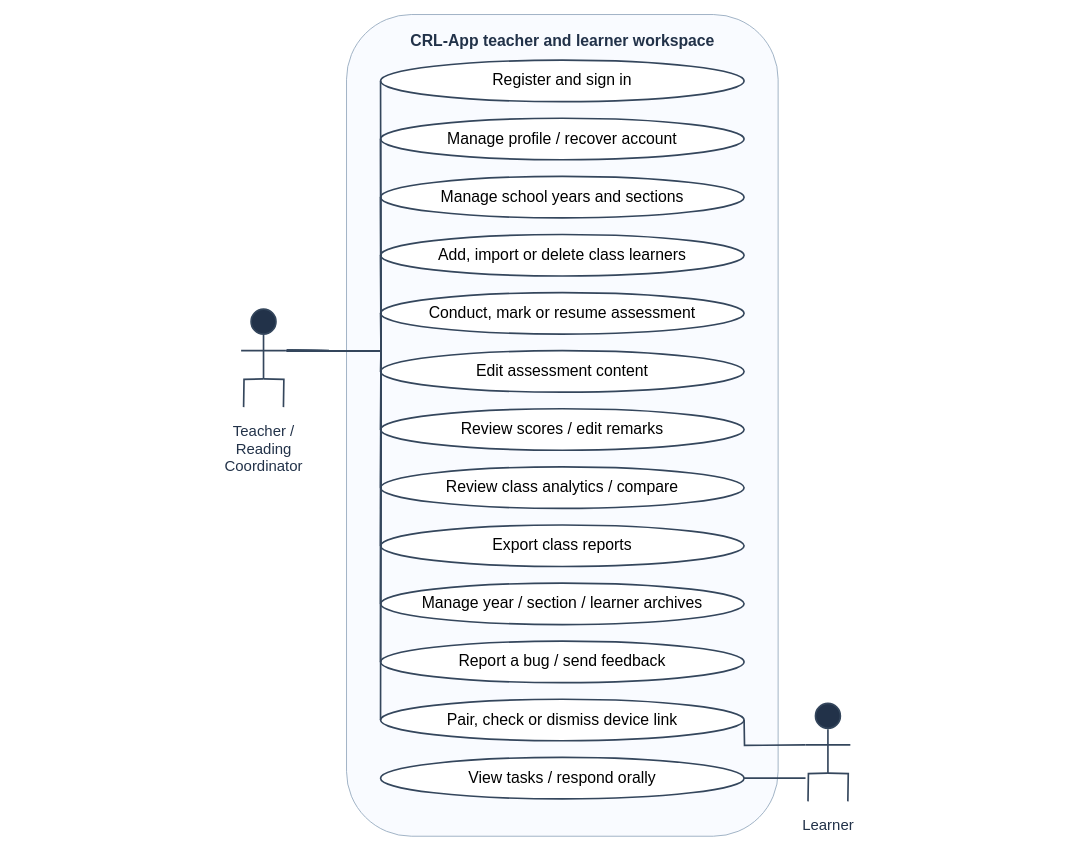
AkuSayangKamuJudaSayang/crl-app keeps this draw.io diagram as docs/diagrams/class-workspaces/figure-06-use-cases.drawio. Above is the earlier version. Source tidied: cells renumbered, new cells numbered last; positions are measured from the earlier drawing's top-left corner, leaving out a move shared by most shapes. Both pictures are drawn from the tidied source at 83%, with x=0, y=0 at pixel (14, 14).
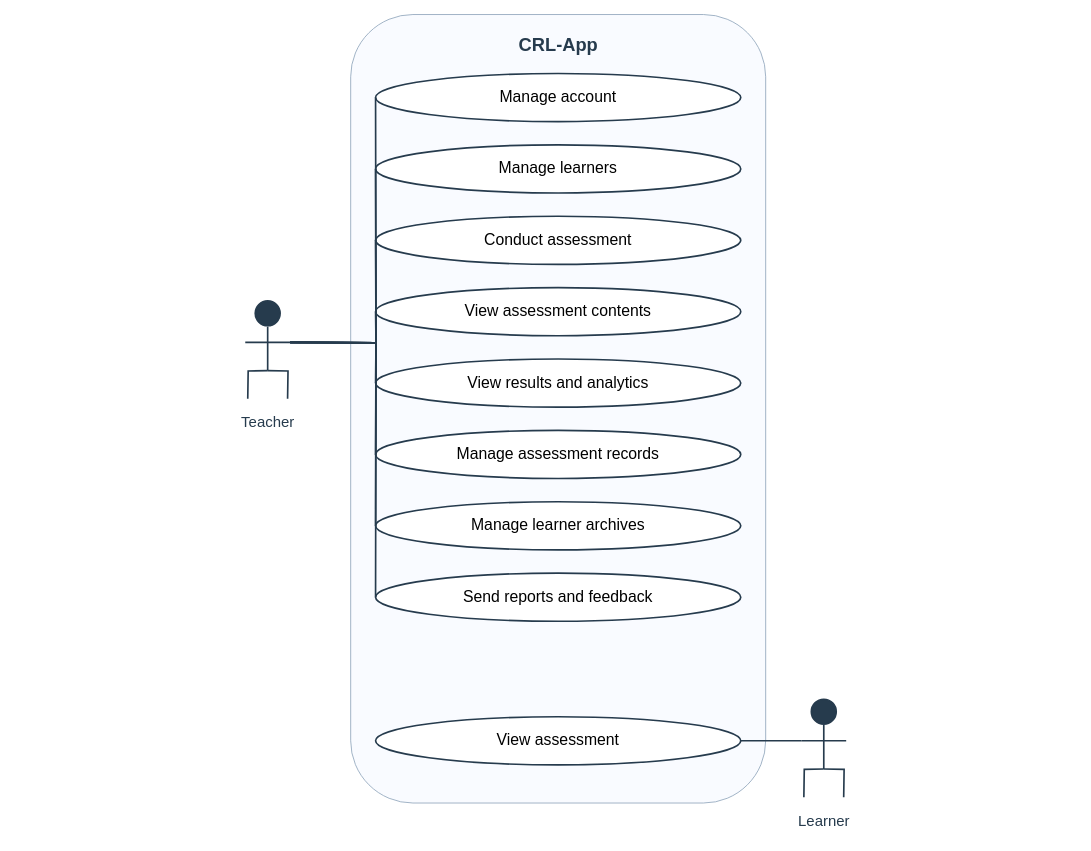
The same diagram, later.

What changed in the source:
```diff
@@
     <mxCell id="2" style="rounded=1;fillColor=#f9fbff;strokeColor=#8fa5bb;" parent="1" vertex="1">
-      <mxGeometry x="400" width="520" height="990" as="geometry" />
+      <mxGeometry x="405" width="500" height="950" as="geometry" />
     </mxCell>
-    <mxCell id="3" value="CRL-App teacher and learner workspace" style="text;html=1;align=center;verticalAlign=top;fontSize=19;fontColor=#223249;fontStyle=1;strokeColor=none;fillColor=none;" parent="1" vertex="1">
-      <mxGeometry x="360" y="15" width="600" height="22.8" as="geometry" />
+    <mxCell id="3" value="CRL-App" style="text;html=1;align=center;verticalAlign=top;fontSize=22;fontColor=#263b4d;fontStyle=1;strokeColor=none;fillColor=none;" parent="1" vertex="1">
+      <mxGeometry x="355" y="18" width="600" height="26.4" as="geometry" />
     </mxCell>
-    <mxCell id="4" value="Register and sign in" style="rounded=1;whiteSpace=wrap;html=1;fillColor=#ffffff;strokeColor=#34465c;strokeWidth=2;fontSize=19;shape=ellipse;" parent="1" vertex="1">
-      <mxGeometry x="441" y="55" width="438" height="50" as="geometry" />
+    <mxCell id="4" value="Manage account" style="rounded=1;whiteSpace=wrap;html=1;fillColor=#ffffff;strokeColor=#263b4d;strokeWidth=2;fontSize=19;shape=ellipse;" parent="1" vertex="1">
+      <mxGeometry x="435" y="71" width="440" height="58" as="geometry" />
     </mxCell>
-    <mxCell id="5" value="Manage profile / recover account" style="rounded=1;whiteSpace=wrap;html=1;fillColor=#ffffff;strokeColor=#34465c;strokeWidth=2;fontSize=19;shape=ellipse;" parent="1" vertex="1">
-      <mxGeometry x="441" y="125" width="438" height="50" as="geometry" />
+    <mxCell id="5" value="Manage learners" style="rounded=1;whiteSpace=wrap;html=1;fillColor=#ffffff;strokeColor=#263b4d;strokeWidth=2;fontSize=19;shape=ellipse;" parent="1" vertex="1">
+      <mxGeometry x="435" y="157" width="440" height="58" as="geometry" />
     </mxCell>
-    <mxCell id="6" value="Manage school years and sections" style="rounded=1;whiteSpace=wrap;html=1;fillColor=#ffffff;strokeColor=#34465c;strokeWidth=2;fontSize=19;shape=ellipse;" parent="1" vertex="1">
-      <mxGeometry x="441" y="195" width="438" height="50" as="geometry" />
+    <mxCell id="6" value="Conduct assessment" style="rounded=1;whiteSpace=wrap;html=1;fillColor=#ffffff;strokeColor=#263b4d;strokeWidth=2;fontSize=19;shape=ellipse;" parent="1" vertex="1">
+      <mxGeometry x="435" y="243" width="440" height="58" as="geometry" />
     </mxCell>
-    <mxCell id="7" value="Add, import or delete class learners" style="rounded=1;whiteSpace=wrap;html=1;fillColor=#ffffff;strokeColor=#34465c;strokeWidth=2;fontSize=19;shape=ellipse;" parent="1" vertex="1">
-      <mxGeometry x="441" y="265" width="438" height="50" as="geometry" />
+    <mxCell id="7" value="View assessment contents" style="rounded=1;whiteSpace=wrap;html=1;fillColor=#ffffff;strokeColor=#263b4d;strokeWidth=2;fontSize=19;shape=ellipse;" parent="1" vertex="1">
+      <mxGeometry x="435" y="329" width="440" height="58" as="geometry" />
     </mxCell>
-    <mxCell id="8" value="Conduct, mark or resume assessment" style="rounded=1;whiteSpace=wrap;html=1;fillColor=#ffffff;strokeColor=#34465c;strokeWidth=2;fontSize=19;shape=ellipse;" parent="1" vertex="1">
-      <mxGeometry x="441" y="335" width="438" height="50" as="geometry" />
+    <mxCell id="8" value="View results and analytics" style="rounded=1;whiteSpace=wrap;html=1;fillColor=#ffffff;strokeColor=#263b4d;strokeWidth=2;fontSize=19;shape=ellipse;" parent="1" vertex="1">
+      <mxGeometry x="435" y="415" width="440" height="58" as="geometry" />
     </mxCell>
-    <mxCell id="9" value="Edit assessment content" style="rounded=1;whiteSpace=wrap;html=1;fillColor=#ffffff;strokeColor=#34465c;strokeWidth=2;fontSize=19;shape=ellipse;" parent="1" vertex="1">
-      <mxGeometry x="441" y="405" width="438" height="50" as="geometry" />
+    <mxCell id="9" value="Manage assessment records" style="rounded=1;whiteSpace=wrap;html=1;fillColor=#ffffff;strokeColor=#263b4d;strokeWidth=2;fontSize=19;shape=ellipse;" parent="1" vertex="1">
+      <mxGeometry x="435" y="501" width="440" height="58" as="geometry" />
     </mxCell>
-    <mxCell id="10" value="Review scores / edit remarks" style="rounded=1;whiteSpace=wrap;html=1;fillColor=#ffffff;strokeColor=#34465c;strokeWidth=2;fontSize=19;shape=ellipse;" parent="1" vertex="1">
-      <mxGeometry x="441" y="475" width="438" height="50" as="geometry" />
+    <mxCell id="10" value="Manage learner archives" style="rounded=1;whiteSpace=wrap;html=1;fillColor=#ffffff;strokeColor=#263b4d;strokeWidth=2;fontSize=19;shape=ellipse;" parent="1" vertex="1">
+      <mxGeometry x="435" y="587" width="440" height="58" as="geometry" />
     </mxCell>
-    <mxCell id="11" value="Review class analytics / compare" style="rounded=1;whiteSpace=wrap;html=1;fillColor=#ffffff;strokeColor=#34465c;strokeWidth=2;fontSize=19;shape=ellipse;" parent="1" vertex="1">
-      <mxGeometry x="441" y="545" width="438" height="50" as="geometry" />
+    <mxCell id="11" value="Send reports and feedback" style="rounded=1;whiteSpace=wrap;html=1;fillColor=#ffffff;strokeColor=#263b4d;strokeWidth=2;fontSize=19;shape=ellipse;" parent="1" vertex="1">
+      <mxGeometry x="435" y="673" width="440" height="58" as="geometry" />
     </mxCell>
-    <mxCell id="12" value="Export class reports" style="rounded=1;whiteSpace=wrap;html=1;fillColor=#ffffff;strokeColor=#34465c;strokeWidth=2;fontSize=19;shape=ellipse;" parent="1" vertex="1">
-      <mxGeometry x="441" y="615" width="438" height="50" as="geometry" />
-    </mxCell>
-    <mxCell id="13" value="Manage year / section / learner archives" style="rounded=1;whiteSpace=wrap;html=1;fillColor=#ffffff;strokeColor=#34465c;strokeWidth=2;fontSize=19;shape=ellipse;" parent="1" vertex="1">
-      <mxGeometry x="441" y="685" width="438" height="50" as="geometry" />
-    </mxCell>
-    <mxCell id="14" value="Report a bug / send feedback" style="rounded=1;whiteSpace=wrap;html=1;fillColor=#ffffff;strokeColor=#34465c;strokeWidth=2;fontSize=19;shape=ellipse;" parent="1" vertex="1">
-      <mxGeometry x="441" y="755" width="438" height="50" as="geometry" />
-    </mxCell>
-    <mxCell id="15" value="Pair, check or dismiss device link" style="rounded=1;whiteSpace=wrap;html=1;fillColor=#ffffff;strokeColor=#34465c;strokeWidth=2;fontSize=19;shape=ellipse;" parent="1" vertex="1">
-      <mxGeometry x="441" y="825" width="438" height="50" as="geometry" />
-    </mxCell>
-    <mxCell id="16" value="View tasks / respond orally" style="rounded=1;whiteSpace=wrap;html=1;fillColor=#ffffff;strokeColor=#34465c;strokeWidth=2;fontSize=19;shape=ellipse;" parent="1" vertex="1">
-      <mxGeometry x="441" y="895" width="438" height="50" as="geometry" />
-    </mxCell>
-    <mxCell id="17" style="rounded=1;whiteSpace=wrap;html=1;fillColor=#ffffff;strokeColor=#34465c;strokeWidth=2;fontSize=19;shape=ellipse;fillColor=#223249;" parent="1" vertex="1">
-      <mxGeometry x="285" y="355" width="30" height="30" as="geometry" />
-    </mxCell>
-    <mxCell id="18" value="Teacher /&lt;br&gt;Reading&lt;br&gt;Coordinator" style="text;html=1;align=center;verticalAlign=top;fontSize=18;fontColor=#223249;fontStyle=0;strokeColor=none;fillColor=none;" parent="1" vertex="1">
-      <mxGeometry y="485" width="600" height="64.8" as="geometry" />
-    </mxCell>
-    <mxCell id="19" style="rounded=1;whiteSpace=wrap;html=1;fillColor=#ffffff;strokeColor=#34465c;strokeWidth=2;fontSize=19;shape=ellipse;fillColor=#223249;" parent="1" vertex="1">
-      <mxGeometry x="965" y="830" width="30" height="30" as="geometry" />
-    </mxCell>
+    <mxCell id="43" style="rounded=1;whiteSpace=wrap;html=1;fillColor=#ffffff;strokeColor=#263b4d;strokeWidth=2;fontSize=19;shape=ellipse;fillColor=#263b4d;" parent="1" vertex="1">
+      <mxGeometry x="290" y="345" width="30" height="30" as="geometry" />
+    </mxCell>
+    <mxCell id="44" value="Teacher" style="text;html=1;align=center;verticalAlign=top;fontSize=18;fontColor=#263b4d;fontStyle=0;strokeColor=none;fillColor=none;" parent="1" vertex="1">
+      <mxGeometry x="5" y="475" width="600" height="21.6" as="geometry" />
+    </mxCell>
+    <mxCell id="45" value="View assessment" style="rounded=1;whiteSpace=wrap;html=1;fillColor=#ffffff;strokeColor=#263b4d;strokeWidth=2;fontSize=19;shape=ellipse;" parent="1" vertex="1">
+      <mxGeometry x="435" y="846" width="440" height="58" as="geometry" />
+    </mxCell>
+    <mxCell id="46" style="rounded=1;whiteSpace=wrap;html=1;fillColor=#ffffff;strokeColor=#263b4d;strokeWidth=2;fontSize=19;shape=ellipse;fillColor=#263b4d;" parent="1" vertex="1">
+      <mxGeometry x="960" y="825" width="30" height="30" as="geometry" />
+    </mxCell>
-    <mxCell id="20" value="Learner" style="text;html=1;align=center;verticalAlign=top;fontSize=18;fontColor=#223249;fontStyle=0;strokeColor=none;fillColor=none;" parent="1" vertex="1">
-      <mxGeometry x="680" y="960" width="600" height="21.6" as="geometry" />
+    <mxCell id="20" value="Learner" style="text;html=1;align=center;verticalAlign=top;fontSize=18;fontColor=#263b4d;fontStyle=0;strokeColor=none;fillColor=none;" parent="1" vertex="1">
+      <mxGeometry x="675" y="955" width="600" height="21.6" as="geometry" />
     </mxCell>
-    <mxCell id="21" style="edgeStyle=orthogonalEdgeStyle;rounded=0;html=1;endArrow=none;strokeColor=#34465c;strokeWidth=2;exitX=0.5;exitY=0.5;entryX=0.5;entryY=0.5;fontSize=18;labelBackgroundColor=#ffffff;" parent="1" edge="1">
+    <mxCell id="21" style="edgeStyle=orthogonalEdgeStyle;rounded=0;html=1;endArrow=none;strokeColor=#263b4d;strokeWidth=2;exitX=0.5;exitY=0.5;entryX=0.5;entryY=0.5;fontSize=18;labelBackgroundColor=#ffffff;" parent="1" edge="1">
       <mxGeometry relative="1" as="geometry">
-        <mxPoint x="300" y="386" as="sourcePoint" />
-        <mxPoint x="300" y="439" as="targetPoint" />
+        <mxPoint x="305" y="376" as="sourcePoint" />
+        <mxPoint x="305" y="429" as="targetPoint" />
       </mxGeometry>
     </mxCell>
-    <mxCell id="22" style="edgeStyle=orthogonalEdgeStyle;rounded=0;html=1;endArrow=none;strokeColor=#34465c;strokeWidth=2;exitX=0.5;exitY=0.5;entryX=0.5;entryY=0.5;fontSize=18;labelBackgroundColor=#ffffff;" parent="1" edge="1">
+    <mxCell id="22" style="edgeStyle=orthogonalEdgeStyle;rounded=0;html=1;endArrow=none;strokeColor=#263b4d;strokeWidth=2;exitX=0.5;exitY=0.5;entryX=0.5;entryY=0.5;fontSize=18;labelBackgroundColor=#ffffff;" parent="1" edge="1">
       <mxGeometry relative="1" as="geometry">
-        <mxPoint x="273" y="405" as="sourcePoint" />
-        <mxPoint x="327" y="405" as="targetPoint" />
+        <mxPoint x="278" y="395" as="sourcePoint" />
+        <mxPoint x="332" y="395" as="targetPoint" />
       </mxGeometry>
     </mxCell>
-    <mxCell id="23" style="edgeStyle=orthogonalEdgeStyle;rounded=0;html=1;endArrow=none;strokeColor=#34465c;strokeWidth=2;exitX=0.5;exitY=0.5;entryX=0.5;entryY=0.5;fontSize=18;labelBackgroundColor=#ffffff;" parent="1" edge="1">
+    <mxCell id="23" style="edgeStyle=orthogonalEdgeStyle;rounded=0;html=1;endArrow=none;strokeColor=#263b4d;strokeWidth=2;exitX=0.5;exitY=0.5;entryX=0.5;entryY=0.5;fontSize=18;labelBackgroundColor=#ffffff;" parent="1" edge="1">
       <mxGeometry relative="1" as="geometry">
-        <mxPoint x="300" y="439" as="sourcePoint" />
-        <mxPoint x="276" y="473" as="targetPoint" />
+        <mxPoint x="305" y="429" as="sourcePoint" />
+        <mxPoint x="281" y="463" as="targetPoint" />
       </mxGeometry>
     </mxCell>
-    <mxCell id="24" style="edgeStyle=orthogonalEdgeStyle;rounded=0;html=1;endArrow=none;strokeColor=#34465c;strokeWidth=2;exitX=0.5;exitY=0.5;entryX=0.5;entryY=0.5;fontSize=18;labelBackgroundColor=#ffffff;" parent="1" edge="1">
+    <mxCell id="24" style="edgeStyle=orthogonalEdgeStyle;rounded=0;html=1;endArrow=none;strokeColor=#263b4d;strokeWidth=2;exitX=0.5;exitY=0.5;entryX=0.5;entryY=0.5;fontSize=18;labelBackgroundColor=#ffffff;" parent="1" edge="1">
       <mxGeometry relative="1" as="geometry">
-        <mxPoint x="300" y="439" as="sourcePoint" />
-        <mxPoint x="324" y="473" as="targetPoint" />
+        <mxPoint x="305" y="429" as="sourcePoint" />
+        <mxPoint x="329" y="463" as="targetPoint" />
       </mxGeometry>
     </mxCell>
-    <mxCell id="25" style="edgeStyle=orthogonalEdgeStyle;rounded=0;html=1;endArrow=none;strokeColor=#34465c;strokeWidth=2;exitX=0.5;exitY=0.5;entryX=0.5;entryY=0.5;fontSize=18;labelBackgroundColor=#ffffff;" parent="1" edge="1">
+    <mxCell id="25" style="edgeStyle=orthogonalEdgeStyle;rounded=0;html=1;endArrow=none;strokeColor=#263b4d;strokeWidth=2;exitX=0.5;exitY=0.5;entryX=0.5;entryY=0.5;fontSize=18;labelBackgroundColor=#ffffff;" parent="1" edge="1">
       <mxGeometry relative="1" as="geometry">
-        <mxPoint x="980" y="861" as="sourcePoint" />
-        <mxPoint x="980" y="914" as="targetPoint" />
+        <mxPoint x="332" y="395" as="sourcePoint" />
+        <mxPoint x="435" y="100" as="targetPoint" />
       </mxGeometry>
     </mxCell>
-    <mxCell id="26" style="edgeStyle=orthogonalEdgeStyle;rounded=0;html=1;endArrow=none;strokeColor=#34465c;strokeWidth=2;exitX=0.5;exitY=0.5;entryX=0.5;entryY=0.5;fontSize=18;labelBackgroundColor=#ffffff;" parent="1" edge="1">
+    <mxCell id="26" style="edgeStyle=orthogonalEdgeStyle;rounded=0;html=1;endArrow=none;strokeColor=#263b4d;strokeWidth=2;exitX=0.5;exitY=0.5;entryX=0.5;entryY=0.5;fontSize=18;labelBackgroundColor=#ffffff;" parent="1" edge="1">
       <mxGeometry relative="1" as="geometry">
-        <mxPoint x="953" y="880" as="sourcePoint" />
-        <mxPoint x="1007" y="880" as="targetPoint" />
+        <mxPoint x="332" y="395" as="sourcePoint" />
+        <mxPoint x="435" y="186" as="targetPoint" />
       </mxGeometry>
     </mxCell>
-    <mxCell id="27" style="edgeStyle=orthogonalEdgeStyle;rounded=0;html=1;endArrow=none;strokeColor=#34465c;strokeWidth=2;exitX=0.5;exitY=0.5;entryX=0.5;entryY=0.5;fontSize=18;labelBackgroundColor=#ffffff;" parent="1" edge="1">
+    <mxCell id="27" style="edgeStyle=orthogonalEdgeStyle;rounded=0;html=1;endArrow=none;strokeColor=#263b4d;strokeWidth=2;exitX=0.5;exitY=0.5;entryX=0.5;entryY=0.5;fontSize=18;labelBackgroundColor=#ffffff;" parent="1" edge="1">
       <mxGeometry relative="1" as="geometry">
-        <mxPoint x="980" y="914" as="sourcePoint" />
-        <mxPoint x="956" y="948" as="targetPoint" />
+        <mxPoint x="332" y="395" as="sourcePoint" />
+        <mxPoint x="435" y="272" as="targetPoint" />
       </mxGeometry>
     </mxCell>
-    <mxCell id="28" style="edgeStyle=orthogonalEdgeStyle;rounded=0;html=1;endArrow=none;strokeColor=#34465c;strokeWidth=2;exitX=0.5;exitY=0.5;entryX=0.5;entryY=0.5;fontSize=18;labelBackgroundColor=#ffffff;" parent="1" edge="1">
+    <mxCell id="28" style="edgeStyle=orthogonalEdgeStyle;rounded=0;html=1;endArrow=none;strokeColor=#263b4d;strokeWidth=2;exitX=0.5;exitY=0.5;entryX=0.5;entryY=0.5;fontSize=18;labelBackgroundColor=#ffffff;" parent="1" edge="1">
       <mxGeometry relative="1" as="geometry">
-        <mxPoint x="980" y="914" as="sourcePoint" />
-        <mxPoint x="1004" y="948" as="targetPoint" />
+        <mxPoint x="332" y="395" as="sourcePoint" />
+        <mxPoint x="435" y="358" as="targetPoint" />
       </mxGeometry>
     </mxCell>
-    <mxCell id="29" style="edgeStyle=orthogonalEdgeStyle;rounded=0;html=1;endArrow=none;strokeColor=#34465c;strokeWidth=2;exitX=0.5;exitY=0.5;entryX=0.5;entryY=0.5;fontSize=18;labelBackgroundColor=#ffffff;" parent="1" edge="1">
+    <mxCell id="29" style="edgeStyle=orthogonalEdgeStyle;rounded=0;html=1;endArrow=none;strokeColor=#263b4d;strokeWidth=2;exitX=0.5;exitY=0.5;entryX=0.5;entryY=0.5;fontSize=18;labelBackgroundColor=#ffffff;" parent="1" edge="1">
       <mxGeometry relative="1" as="geometry">
-        <mxPoint x="328" y="405" as="sourcePoint" />
-        <mxPoint x="441" y="80" as="targetPoint" />
+        <mxPoint x="332" y="395" as="sourcePoint" />
+        <mxPoint x="435" y="444" as="targetPoint" />
       </mxGeometry>
     </mxCell>
-    <mxCell id="30" style="edgeStyle=orthogonalEdgeStyle;rounded=0;html=1;endArrow=none;strokeColor=#34465c;strokeWidth=2;exitX=0.5;exitY=0.5;entryX=0.5;entryY=0.5;fontSize=18;labelBackgroundColor=#ffffff;" parent="1" edge="1">
+    <mxCell id="30" style="edgeStyle=orthogonalEdgeStyle;rounded=0;html=1;endArrow=none;strokeColor=#263b4d;strokeWidth=2;exitX=0.5;exitY=0.5;entryX=0.5;entryY=0.5;fontSize=18;labelBackgroundColor=#ffffff;" parent="1" edge="1">
       <mxGeometry relative="1" as="geometry">
-        <mxPoint x="328" y="405" as="sourcePoint" />
-        <mxPoint x="441" y="150" as="targetPoint" />
+        <mxPoint x="332" y="395" as="sourcePoint" />
+        <mxPoint x="435" y="530" as="targetPoint" />
       </mxGeometry>
     </mxCell>
-    <mxCell id="31" style="edgeStyle=orthogonalEdgeStyle;rounded=0;html=1;endArrow=none;strokeColor=#34465c;strokeWidth=2;exitX=0.5;exitY=0.5;entryX=0.5;entryY=0.5;fontSize=18;labelBackgroundColor=#ffffff;" parent="1" edge="1">
+    <mxCell id="31" style="edgeStyle=orthogonalEdgeStyle;rounded=0;html=1;endArrow=none;strokeColor=#263b4d;strokeWidth=2;exitX=0.5;exitY=0.5;entryX=0.5;entryY=0.5;fontSize=18;labelBackgroundColor=#ffffff;" parent="1" edge="1">
       <mxGeometry relative="1" as="geometry">
-        <mxPoint x="328" y="405" as="sourcePoint" />
-        <mxPoint x="441" y="220" as="targetPoint" />
+        <mxPoint x="332" y="395" as="sourcePoint" />
+        <mxPoint x="435" y="616" as="targetPoint" />
       </mxGeometry>
     </mxCell>
-    <mxCell id="32" style="edgeStyle=orthogonalEdgeStyle;rounded=0;html=1;endArrow=none;strokeColor=#34465c;strokeWidth=2;exitX=0.5;exitY=0.5;entryX=0.5;entryY=0.5;fontSize=18;labelBackgroundColor=#ffffff;" parent="1" edge="1">
+    <mxCell id="32" style="edgeStyle=orthogonalEdgeStyle;rounded=0;html=1;endArrow=none;strokeColor=#263b4d;strokeWidth=2;exitX=0.5;exitY=0.5;entryX=0.5;entryY=0.5;fontSize=18;labelBackgroundColor=#ffffff;" parent="1" edge="1">
       <mxGeometry relative="1" as="geometry">
-        <mxPoint x="328" y="405" as="sourcePoint" />
-        <mxPoint x="441" y="290" as="targetPoint" />
+        <mxPoint x="332" y="395" as="sourcePoint" />
+        <mxPoint x="435" y="702" as="targetPoint" />
       </mxGeometry>
     </mxCell>
-    <mxCell id="33" style="edgeStyle=orthogonalEdgeStyle;rounded=0;html=1;endArrow=none;strokeColor=#34465c;strokeWidth=2;exitX=0.5;exitY=0.5;entryX=0.5;entryY=0.5;fontSize=18;labelBackgroundColor=#ffffff;" parent="1" edge="1">
+    <mxCell id="33" style="edgeStyle=orthogonalEdgeStyle;rounded=0;html=1;endArrow=none;strokeColor=#263b4d;strokeWidth=2;exitX=0.5;exitY=0.5;entryX=0.5;entryY=0.5;fontSize=18;labelBackgroundColor=#ffffff;" parent="1" edge="1">
       <mxGeometry relative="1" as="geometry">
-        <mxPoint x="328" y="405" as="sourcePoint" />
-        <mxPoint x="441" y="360" as="targetPoint" />
+        <mxPoint x="975" y="856" as="sourcePoint" />
+        <mxPoint x="975" y="909" as="targetPoint" />
       </mxGeometry>
     </mxCell>
-    <mxCell id="34" style="edgeStyle=orthogonalEdgeStyle;rounded=0;html=1;endArrow=none;strokeColor=#34465c;strokeWidth=2;exitX=0.5;exitY=0.5;entryX=0.5;entryY=0.5;fontSize=18;labelBackgroundColor=#ffffff;" parent="1" edge="1">
+    <mxCell id="34" style="edgeStyle=orthogonalEdgeStyle;rounded=0;html=1;endArrow=none;strokeColor=#263b4d;strokeWidth=2;exitX=0.5;exitY=0.5;entryX=0.5;entryY=0.5;fontSize=18;labelBackgroundColor=#ffffff;" parent="1" edge="1">
       <mxGeometry relative="1" as="geometry">
-        <mxPoint x="328" y="405" as="sourcePoint" />
-        <mxPoint x="441" y="430" as="targetPoint" />
+        <mxPoint x="948" y="875" as="sourcePoint" />
+        <mxPoint x="1002" y="875" as="targetPoint" />
       </mxGeometry>
     </mxCell>
-    <mxCell id="35" style="edgeStyle=orthogonalEdgeStyle;rounded=0;html=1;endArrow=none;strokeColor=#34465c;strokeWidth=2;exitX=0.5;exitY=0.5;entryX=0.5;entryY=0.5;fontSize=18;labelBackgroundColor=#ffffff;" parent="1" edge="1">
+    <mxCell id="35" style="edgeStyle=orthogonalEdgeStyle;rounded=0;html=1;endArrow=none;strokeColor=#263b4d;strokeWidth=2;exitX=0.5;exitY=0.5;entryX=0.5;entryY=0.5;fontSize=18;labelBackgroundColor=#ffffff;" parent="1" edge="1">
       <mxGeometry relative="1" as="geometry">
-        <mxPoint x="328" y="405" as="sourcePoint" />
-        <mxPoint x="441" y="500" as="targetPoint" />
+        <mxPoint x="975" y="909" as="sourcePoint" />
+        <mxPoint x="951" y="943" as="targetPoint" />
       </mxGeometry>
     </mxCell>
-    <mxCell id="36" style="edgeStyle=orthogonalEdgeStyle;rounded=0;html=1;endArrow=none;strokeColor=#34465c;strokeWidth=2;exitX=0.5;exitY=0.5;entryX=0.5;entryY=0.5;fontSize=18;labelBackgroundColor=#ffffff;" parent="1" edge="1">
+    <mxCell id="36" style="edgeStyle=orthogonalEdgeStyle;rounded=0;html=1;endArrow=none;strokeColor=#263b4d;strokeWidth=2;exitX=0.5;exitY=0.5;entryX=0.5;entryY=0.5;fontSize=18;labelBackgroundColor=#ffffff;" parent="1" edge="1">
       <mxGeometry relative="1" as="geometry">
-        <mxPoint x="328" y="405" as="sourcePoint" />
-        <mxPoint x="441" y="570" as="targetPoint" />
+        <mxPoint x="975" y="909" as="sourcePoint" />
+        <mxPoint x="999" y="943" as="targetPoint" />
       </mxGeometry>
     </mxCell>
-    <mxCell id="37" style="edgeStyle=orthogonalEdgeStyle;rounded=0;html=1;endArrow=none;strokeColor=#34465c;strokeWidth=2;exitX=0.5;exitY=0.5;entryX=0.5;entryY=0.5;fontSize=18;labelBackgroundColor=#ffffff;" parent="1" edge="1">
+    <mxCell id="37" style="edgeStyle=orthogonalEdgeStyle;rounded=0;html=1;endArrow=none;strokeColor=#263b4d;strokeWidth=2;exitX=0.5;exitY=0.5;entryX=0.5;entryY=0.5;fontSize=18;labelBackgroundColor=#ffffff;" parent="1" edge="1">
       <mxGeometry relative="1" as="geometry">
-        <mxPoint x="328" y="405" as="sourcePoint" />
-        <mxPoint x="441" y="640" as="targetPoint" />
+        <mxPoint x="875" y="875" as="sourcePoint" />
+        <mxPoint x="948" y="875" as="targetPoint" />
       </mxGeometry>
     </mxCell>
-    <mxCell id="38" style="edgeStyle=orthogonalEdgeStyle;rounded=0;html=1;endArrow=none;strokeColor=#34465c;strokeWidth=2;exitX=0.5;exitY=0.5;entryX=0.5;entryY=0.5;fontSize=18;labelBackgroundColor=#ffffff;" parent="1" edge="1">
-      <mxGeometry relative="1" as="geometry">
-        <mxPoint x="328" y="405" as="sourcePoint" />
-        <mxPoint x="441" y="710" as="targetPoint" />
-      </mxGeometry>
-    </mxCell>
-    <mxCell id="39" style="edgeStyle=orthogonalEdgeStyle;rounded=0;html=1;endArrow=none;strokeColor=#34465c;strokeWidth=2;exitX=0.5;exitY=0.5;entryX=0.5;entryY=0.5;fontSize=18;labelBackgroundColor=#ffffff;" parent="1" edge="1">
-      <mxGeometry relative="1" as="geometry">
-        <mxPoint x="328" y="405" as="sourcePoint" />
-        <mxPoint x="441" y="780" as="targetPoint" />
-      </mxGeometry>
-    </mxCell>
-    <mxCell id="40" style="edgeStyle=orthogonalEdgeStyle;rounded=0;html=1;endArrow=none;strokeColor=#34465c;strokeWidth=2;exitX=0.5;exitY=0.5;entryX=0.5;entryY=0.5;fontSize=18;labelBackgroundColor=#ffffff;" parent="1" edge="1">
-      <mxGeometry relative="1" as="geometry">
-        <mxPoint x="328" y="405" as="sourcePoint" />
-        <mxPoint x="441" y="850" as="targetPoint" />
-      </mxGeometry>
-    </mxCell>
-    <mxCell id="41" style="edgeStyle=orthogonalEdgeStyle;rounded=0;html=1;endArrow=none;strokeColor=#34465c;strokeWidth=2;exitX=0.5;exitY=0.5;entryX=0.5;entryY=0.5;fontSize=18;labelBackgroundColor=#ffffff;" parent="1" edge="1">
-      <mxGeometry relative="1" as="geometry">
-        <mxPoint x="953" y="880" as="sourcePoint" />
-        <mxPoint x="879" y="850" as="targetPoint" />
-      </mxGeometry>
-    </mxCell>
-    <mxCell id="42" style="edgeStyle=orthogonalEdgeStyle;rounded=0;html=1;endArrow=none;strokeColor=#34465c;strokeWidth=2;exitX=0.5;exitY=0.5;entryX=0.5;entryY=0.5;fontSize=18;labelBackgroundColor=#ffffff;" parent="1" edge="1">
-      <mxGeometry relative="1" as="geometry">
-        <mxPoint x="953" y="920" as="sourcePoint" />
-        <mxPoint x="879" y="920" as="targetPoint" />
-      </mxGeometry>
-    </mxCell>
```
